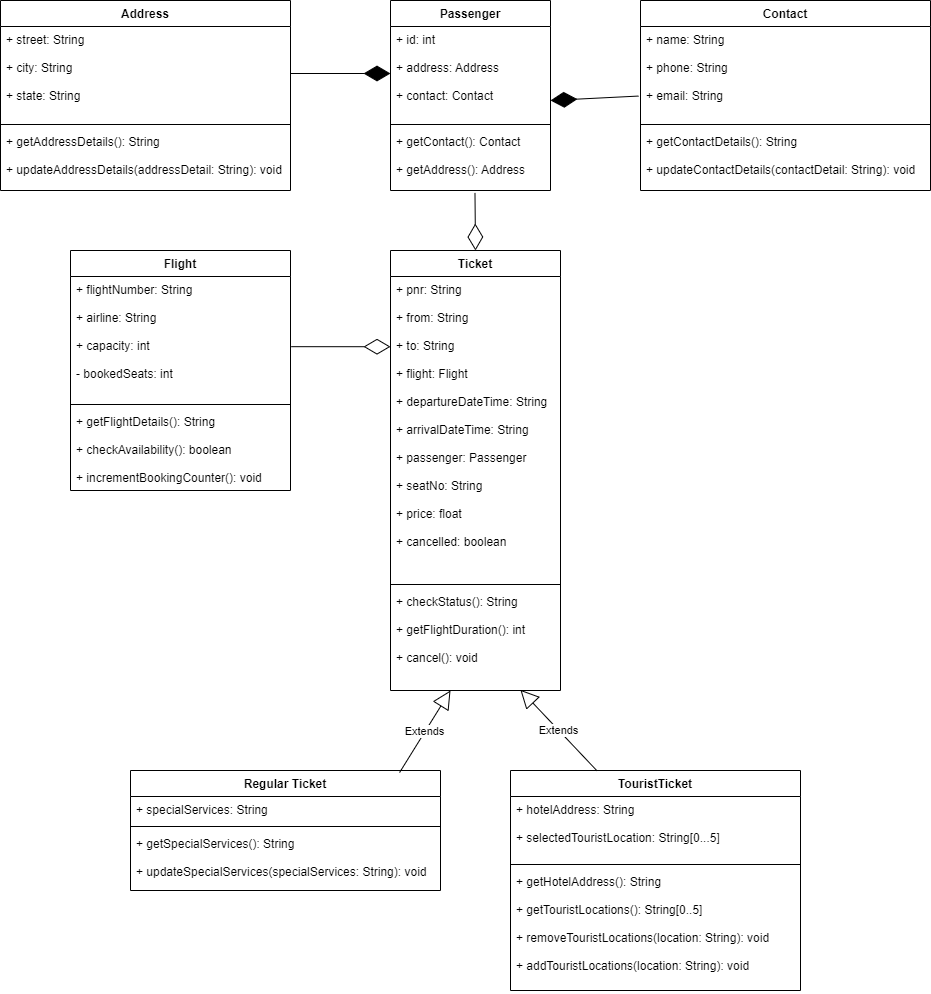
ShubhangiBane/Flight-Reservation-System keeps this draw.io diagram as UML/Flight_Reservation_System.drawio.png. Above is the earlier version. Source tidied: cells renumbered, new cells last; positions are measured from the earlier drawing's top-left corner, leaving out a move shared by most shapes. Its diagram source:
```xml
<mxGraphModel>
  <root>
    <mxCell id="0" />
    <mxCell id="1" parent="0" />
    <mxCell id="2" value="Address" style="swimlane;fontStyle=1;align=center;verticalAlign=top;horizontal=1;startSize=26;" parent="1" vertex="1">
      <mxGeometry width="290" height="190" as="geometry" />
    </mxCell>
    <mxCell id="3" value="+ street: String&#10;&#10;+ city: String&#10;&#10;+ state: String&#10;" style="text;strokeColor=none;fillColor=none;align=left;verticalAlign=top;spacingLeft=4;spacingRight=4;overflow=hidden;points=[[0,0.5],[1,0.5]];portConstraint=eastwest;" parent="2" vertex="1">
      <mxGeometry y="26" width="290" height="94" as="geometry" />
    </mxCell>
    <mxCell id="4" style="line;strokeWidth=1;fillColor=none;align=left;verticalAlign=middle;spacingTop=-1;spacingLeft=3;spacingRight=3;labelPosition=right;" parent="2" vertex="1">
      <mxGeometry y="120" width="290" height="8" as="geometry" />
    </mxCell>
    <mxCell id="5" value="+ getAddressDetails(): String&#10;&#10;+ updateAddressDetails(addressDetail: String): void" style="text;strokeColor=none;fillColor=none;align=left;verticalAlign=top;spacingLeft=4;spacingRight=4;overflow=hidden;" parent="2" vertex="1">
      <mxGeometry y="128" width="290" height="62" as="geometry" />
    </mxCell>
    <mxCell id="6" value="Passenger" style="swimlane;fontStyle=1;align=center;verticalAlign=top;horizontal=1;startSize=26;" parent="1" vertex="1">
      <mxGeometry x="390" width="160" height="190" as="geometry" />
    </mxCell>
    <mxCell id="7" value="+ id: int&#10;&#10;+ address: Address&#10;&#10;+ contact: Contact&#10;" style="text;strokeColor=none;fillColor=none;align=left;verticalAlign=top;spacingLeft=4;spacingRight=4;overflow=hidden;points=[[0,0.5],[1,0.5]];portConstraint=eastwest;" parent="6" vertex="1">
      <mxGeometry y="26" width="160" height="94" as="geometry" />
    </mxCell>
    <mxCell id="8" style="line;strokeWidth=1;fillColor=none;align=left;verticalAlign=middle;spacingTop=-1;spacingLeft=3;spacingRight=3;labelPosition=right;" parent="6" vertex="1">
      <mxGeometry y="120" width="160" height="8" as="geometry" />
    </mxCell>
    <mxCell id="9" value="+ getContact(): Contact&#10;&#10;+ getAddress(): Address" style="text;strokeColor=none;fillColor=none;align=left;verticalAlign=top;spacingLeft=4;spacingRight=4;overflow=hidden;points=[[0,0.5],[1,0.5]];portConstraint=eastwest;" parent="6" vertex="1">
      <mxGeometry y="128" width="160" height="62" as="geometry" />
    </mxCell>
    <mxCell id="10" value="Contact" style="swimlane;fontStyle=1;align=center;verticalAlign=top;horizontal=1;startSize=26;" parent="1" vertex="1">
      <mxGeometry x="640" width="290" height="190" as="geometry" />
    </mxCell>
    <mxCell id="11" value="+ name: String&#10;&#10;+ phone: String&#10;&#10;+ email: String&#10;" style="text;strokeColor=none;fillColor=none;align=left;verticalAlign=top;spacingLeft=4;spacingRight=4;overflow=hidden;points=[[0,0.5],[1,0.5]];portConstraint=eastwest;" parent="10" vertex="1">
      <mxGeometry y="26" width="290" height="94" as="geometry" />
    </mxCell>
    <mxCell id="12" style="line;strokeWidth=1;fillColor=none;align=left;verticalAlign=middle;spacingTop=-1;spacingLeft=3;spacingRight=3;labelPosition=right;" parent="10" vertex="1">
      <mxGeometry y="120" width="290" height="8" as="geometry" />
    </mxCell>
    <mxCell id="13" value="+ getContactDetails(): String&#10;&#10;+ updateContactDetails(contactDetail: String): void" style="text;strokeColor=none;fillColor=none;align=left;verticalAlign=top;spacingLeft=4;spacingRight=4;overflow=hidden;" parent="10" vertex="1">
      <mxGeometry y="128" width="290" height="62" as="geometry" />
    </mxCell>
    <mxCell id="14" value="Ticket" style="swimlane;fontStyle=1;align=center;verticalAlign=top;horizontal=1;startSize=26;" parent="1" vertex="1">
      <mxGeometry x="390" y="250" width="170" height="440" as="geometry" />
    </mxCell>
    <mxCell id="15" value="+ pnr: String&#10;&#10;+ from: String&#10;&#10;+ to: String&#10;&#10;+ flight: Flight&#10;&#10;+ departureDateTime: String&#10;&#10;+ arrivalDateTime: String&#10;&#10;+ passenger: Passenger&#10;&#10;+ seatNo: String&#10;&#10;+ price: float&#10;&#10;+ cancelled: boolean&#10;" style="text;strokeColor=none;fillColor=none;align=left;verticalAlign=top;spacingLeft=4;spacingRight=4;overflow=hidden;points=[[0,0.5],[1,0.5]];portConstraint=eastwest;" parent="14" vertex="1">
      <mxGeometry y="26" width="170" height="304" as="geometry" />
    </mxCell>
    <mxCell id="16" style="line;strokeWidth=1;fillColor=none;align=left;verticalAlign=middle;spacingTop=-1;spacingLeft=3;spacingRight=3;labelPosition=right;" parent="14" vertex="1">
      <mxGeometry y="330" width="170" height="8" as="geometry" />
    </mxCell>
    <mxCell id="17" value="+ checkStatus(): String&#10;&#10;+ getFlightDuration(): int&#10;&#10;+ cancel(): void&#10;" style="text;strokeColor=none;fillColor=none;align=left;verticalAlign=top;spacingLeft=4;spacingRight=4;overflow=hidden;points=[[0,0.5],[1,0.5]];portConstraint=eastwest;" parent="14" vertex="1">
      <mxGeometry y="338" width="170" height="102" as="geometry" />
    </mxCell>
    <mxCell id="18" value="Flight" style="swimlane;fontStyle=1;align=center;verticalAlign=top;horizontal=1;startSize=26;" parent="1" vertex="1">
      <mxGeometry x="70" y="250" width="220" height="240" as="geometry" />
    </mxCell>
    <mxCell id="19" value="+ flightNumber: String&#10;&#10;+ airline: String&#10;&#10;+ capacity: int&#10;&#10;- bookedSeats: int" style="text;strokeColor=none;fillColor=none;align=left;verticalAlign=top;spacingLeft=4;spacingRight=4;overflow=hidden;points=[[0,0.5],[1,0.5]];portConstraint=eastwest;" parent="18" vertex="1">
      <mxGeometry y="26" width="220" height="124" as="geometry" />
    </mxCell>
    <mxCell id="20" style="line;strokeWidth=1;fillColor=none;align=left;verticalAlign=middle;spacingTop=-1;spacingLeft=3;spacingRight=3;labelPosition=right;" parent="18" vertex="1">
      <mxGeometry y="150" width="220" height="8" as="geometry" />
    </mxCell>
    <mxCell id="21" value="+ getFlightDetails(): String&#10;&#10;+ checkAvailability(): boolean&#10;&#10;+ incrementBookingCounter(): void" style="text;strokeColor=none;fillColor=none;align=left;verticalAlign=top;spacingLeft=4;spacingRight=4;overflow=hidden;" parent="18" vertex="1">
      <mxGeometry y="158" width="220" height="82" as="geometry" />
    </mxCell>
    <mxCell id="22" value="Regular Ticket" style="swimlane;fontStyle=1;align=center;verticalAlign=top;horizontal=1;startSize=26;" parent="1" vertex="1">
      <mxGeometry x="130" y="770" width="310" height="120" as="geometry" />
    </mxCell>
    <mxCell id="23" value="+ specialServices: String" style="text;strokeColor=none;fillColor=none;align=left;verticalAlign=top;spacingLeft=4;spacingRight=4;overflow=hidden;" parent="22" vertex="1">
      <mxGeometry y="26" width="310" height="26" as="geometry" />
    </mxCell>
    <mxCell id="24" style="line;strokeWidth=1;fillColor=none;align=left;verticalAlign=middle;spacingTop=-1;spacingLeft=3;spacingRight=3;labelPosition=right;" parent="22" vertex="1">
      <mxGeometry y="52" width="310" height="8" as="geometry" />
    </mxCell>
    <mxCell id="25" value="+ getSpecialServices(): String&#10;&#10;+ updateSpecialServices(specialServices: String): void" style="text;strokeColor=none;fillColor=none;align=left;verticalAlign=top;spacingLeft=4;spacingRight=4;overflow=hidden;" parent="22" vertex="1">
      <mxGeometry y="60" width="310" height="60" as="geometry" />
    </mxCell>
    <mxCell id="26" value="TouristTicket" style="swimlane;fontStyle=1;align=center;verticalAlign=top;horizontal=1;startSize=26;" parent="1" vertex="1">
      <mxGeometry x="510" y="770" width="290" height="220" as="geometry" />
    </mxCell>
    <mxCell id="27" value="+ hotelAddress: String&#10;&#10;+ selectedTouristLocation: String[0...5]&#10;&#10;&#10;" style="text;strokeColor=none;fillColor=none;align=left;verticalAlign=top;spacingLeft=4;spacingRight=4;overflow=hidden;" parent="26" vertex="1">
      <mxGeometry y="26" width="290" height="64" as="geometry" />
    </mxCell>
    <mxCell id="28" style="line;strokeWidth=1;fillColor=none;align=left;verticalAlign=middle;spacingTop=-1;spacingLeft=3;spacingRight=3;labelPosition=right;" parent="26" vertex="1">
      <mxGeometry y="90" width="290" height="8" as="geometry" />
    </mxCell>
    <mxCell id="29" value="+ getHotelAddress(): String&#10;&#10;+ getTouristLocations(): String[0..5]&#10;&#10;+ removeTouristLocations(location: String): void&#10;&#10;+ addTouristLocations(location: String): void" style="text;strokeColor=none;fillColor=none;align=left;verticalAlign=top;spacingLeft=4;spacingRight=4;overflow=hidden;" parent="26" vertex="1">
      <mxGeometry y="98" width="290" height="122" as="geometry" />
    </mxCell>
    <mxCell id="30" value="Extends" style="endArrow=block;endSize=16;endFill=0;html=1;rounded=0;exitX=0.868;exitY=0.017;exitDx=0;exitDy=0;exitPerimeter=0;" parent="1" edge="1" source="22">
      <mxGeometry relative="1" as="geometry">
        <mxPoint x="450" y="690" as="targetPoint" />
      </mxGeometry>
    </mxCell>
    <mxCell id="31" value="Extends" style="endArrow=block;endSize=16;endFill=0;html=1;rounded=0;entryX=0.764;entryY=0.993;entryDx=0;entryDy=0;entryPerimeter=0;exitX=0.298;exitY=0.001;exitDx=0;exitDy=0;exitPerimeter=0;" parent="1" edge="1" source="26" target="17">
      <mxGeometry relative="1" as="geometry" />
    </mxCell>
    <mxCell id="32" style="endArrow=diamondThin;endFill=0;endSize=24;html=1;rounded=0;exitX=1.003;exitY=0.566;exitDx=0;exitDy=0;exitPerimeter=0;entryX=0;entryY=0.231;entryDx=0;entryDy=0;entryPerimeter=0;" parent="1" edge="1" source="19" target="15">
      <mxGeometry relative="1" as="geometry" />
    </mxCell>
    <mxCell id="33" style="endArrow=diamondThin;endFill=0;endSize=24;html=1;rounded=0;entryX=0.5;entryY=0;entryDx=0;entryDy=0;exitX=0.528;exitY=1.039;exitDx=0;exitDy=0;exitPerimeter=0;" parent="1" edge="1" source="9" target="14">
      <mxGeometry relative="1" as="geometry" />
    </mxCell>
    <mxCell id="34" style="endArrow=diamondThin;endFill=1;endSize=24;html=1;rounded=0;exitX=1;exitY=0.5;exitDx=0;exitDy=0;" parent="1" edge="1" source="3" target="7">
      <mxGeometry relative="1" as="geometry" />
    </mxCell>
    <mxCell id="35" style="endArrow=diamondThin;endFill=1;endSize=24;html=1;rounded=0;exitX=-0.007;exitY=0.74;exitDx=0;exitDy=0;exitPerimeter=0;entryX=1;entryY=0.787;entryDx=0;entryDy=0;entryPerimeter=0;" parent="1" edge="1" source="11" target="7">
      <mxGeometry relative="1" as="geometry" />
    </mxCell>
  </root>
</mxGraphModel>
```
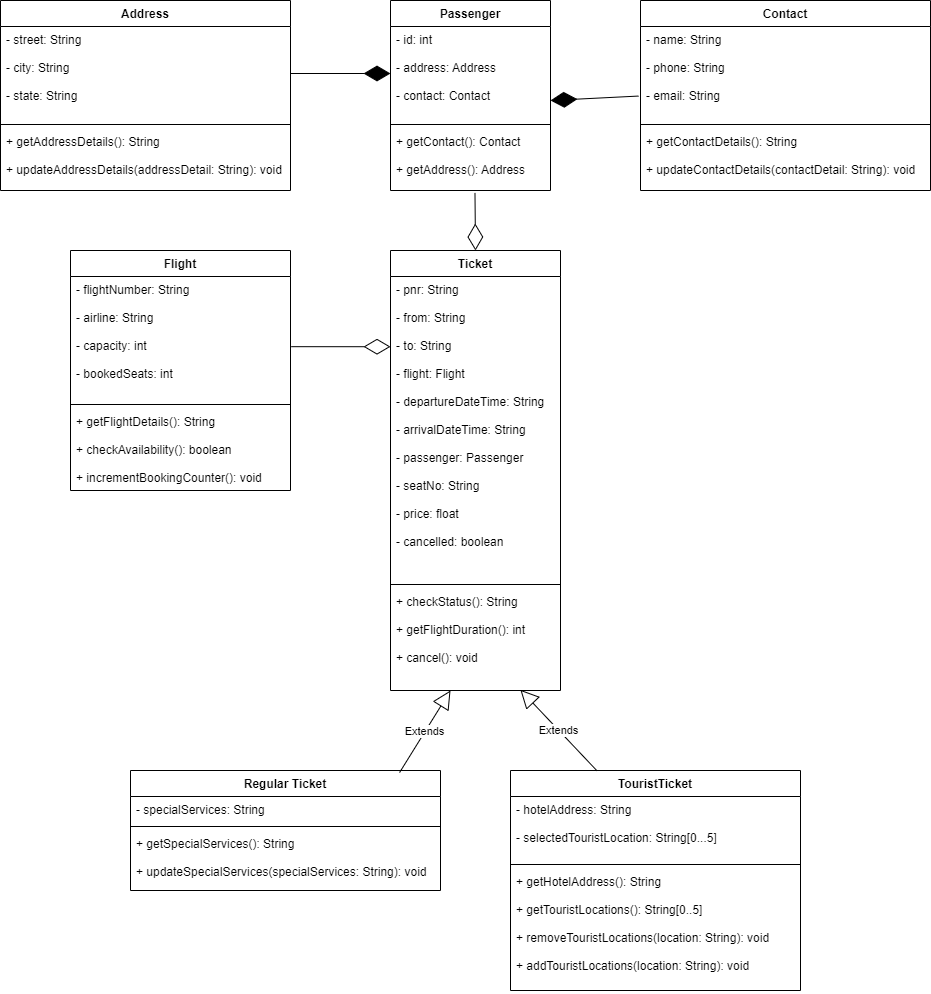
After the change.

Diff of the diagram source:
```diff
@@ -5,7 +5,7 @@
     <mxCell id="2" value="Address" style="swimlane;fontStyle=1;align=center;verticalAlign=top;horizontal=1;startSize=26;" parent="1" vertex="1">
       <mxGeometry width="290" height="190" as="geometry" />
     </mxCell>
-    <mxCell id="3" value="+ street: String&#10;&#10;+ city: String&#10;&#10;+ state: String&#10;" style="text;strokeColor=none;fillColor=none;align=left;verticalAlign=top;spacingLeft=4;spacingRight=4;overflow=hidden;points=[[0,0.5],[1,0.5]];portConstraint=eastwest;" parent="2" vertex="1">
+    <mxCell id="3" value="- street: String&#10;&#10;- city: String&#10;&#10;- state: String&#10;" style="text;strokeColor=none;fillColor=none;align=left;verticalAlign=top;spacingLeft=4;spacingRight=4;overflow=hidden;points=[[0,0.5],[1,0.5]];portConstraint=eastwest;" parent="2" vertex="1">
       <mxGeometry y="26" width="290" height="94" as="geometry" />
     </mxCell>
     <mxCell id="4" style="line;strokeWidth=1;fillColor=none;align=left;verticalAlign=middle;spacingTop=-1;spacingLeft=3;spacingRight=3;labelPosition=right;" parent="2" vertex="1">
@@ -17,7 +17,7 @@
     <mxCell id="6" value="Passenger" style="swimlane;fontStyle=1;align=center;verticalAlign=top;horizontal=1;startSize=26;" parent="1" vertex="1">
       <mxGeometry x="390" width="160" height="190" as="geometry" />
     </mxCell>
-    <mxCell id="7" value="+ id: int&#10;&#10;+ address: Address&#10;&#10;+ contact: Contact&#10;" style="text;strokeColor=none;fillColor=none;align=left;verticalAlign=top;spacingLeft=4;spacingRight=4;overflow=hidden;points=[[0,0.5],[1,0.5]];portConstraint=eastwest;" parent="6" vertex="1">
+    <mxCell id="7" value="- id: int&#10;&#10;- address: Address&#10;&#10;- contact: Contact&#10;" style="text;strokeColor=none;fillColor=none;align=left;verticalAlign=top;spacingLeft=4;spacingRight=4;overflow=hidden;points=[[0,0.5],[1,0.5]];portConstraint=eastwest;" parent="6" vertex="1">
       <mxGeometry y="26" width="160" height="94" as="geometry" />
     </mxCell>
     <mxCell id="8" style="line;strokeWidth=1;fillColor=none;align=left;verticalAlign=middle;spacingTop=-1;spacingLeft=3;spacingRight=3;labelPosition=right;" parent="6" vertex="1">
@@ -29,7 +29,7 @@
     <mxCell id="10" value="Contact" style="swimlane;fontStyle=1;align=center;verticalAlign=top;horizontal=1;startSize=26;" parent="1" vertex="1">
       <mxGeometry x="640" width="290" height="190" as="geometry" />
     </mxCell>
-    <mxCell id="11" value="+ name: String&#10;&#10;+ phone: String&#10;&#10;+ email: String&#10;" style="text;strokeColor=none;fillColor=none;align=left;verticalAlign=top;spacingLeft=4;spacingRight=4;overflow=hidden;points=[[0,0.5],[1,0.5]];portConstraint=eastwest;" parent="10" vertex="1">
+    <mxCell id="11" value="- name: String&#10;&#10;- phone: String&#10;&#10;- email: String&#10;" style="text;strokeColor=none;fillColor=none;align=left;verticalAlign=top;spacingLeft=4;spacingRight=4;overflow=hidden;points=[[0,0.5],[1,0.5]];portConstraint=eastwest;" parent="10" vertex="1">
       <mxGeometry y="26" width="290" height="94" as="geometry" />
     </mxCell>
     <mxCell id="12" style="line;strokeWidth=1;fillColor=none;align=left;verticalAlign=middle;spacingTop=-1;spacingLeft=3;spacingRight=3;labelPosition=right;" parent="10" vertex="1">
@@ -41,7 +41,7 @@
     <mxCell id="14" value="Ticket" style="swimlane;fontStyle=1;align=center;verticalAlign=top;horizontal=1;startSize=26;" parent="1" vertex="1">
       <mxGeometry x="390" y="250" width="170" height="440" as="geometry" />
     </mxCell>
-    <mxCell id="15" value="+ pnr: String&#10;&#10;+ from: String&#10;&#10;+ to: String&#10;&#10;+ flight: Flight&#10;&#10;+ departureDateTime: String&#10;&#10;+ arrivalDateTime: String&#10;&#10;+ passenger: Passenger&#10;&#10;+ seatNo: String&#10;&#10;+ price: float&#10;&#10;+ cancelled: boolean&#10;" style="text;strokeColor=none;fillColor=none;align=left;verticalAlign=top;spacingLeft=4;spacingRight=4;overflow=hidden;points=[[0,0.5],[1,0.5]];portConstraint=eastwest;" parent="14" vertex="1">
+    <mxCell id="15" value="- pnr: String&#10;&#10;- from: String&#10;&#10;- to: String&#10;&#10;- flight: Flight&#10;&#10;- departureDateTime: String&#10;&#10;- arrivalDateTime: String&#10;&#10;- passenger: Passenger&#10;&#10;- seatNo: String&#10;&#10;- price: float&#10;&#10;- cancelled: boolean&#10;" style="text;strokeColor=none;fillColor=none;align=left;verticalAlign=top;spacingLeft=4;spacingRight=4;overflow=hidden;points=[[0,0.5],[1,0.5]];portConstraint=eastwest;" parent="14" vertex="1">
       <mxGeometry y="26" width="170" height="304" as="geometry" />
     </mxCell>
     <mxCell id="16" style="line;strokeWidth=1;fillColor=none;align=left;verticalAlign=middle;spacingTop=-1;spacingLeft=3;spacingRight=3;labelPosition=right;" parent="14" vertex="1">
@@ -53,7 +53,7 @@
     <mxCell id="18" value="Flight" style="swimlane;fontStyle=1;align=center;verticalAlign=top;horizontal=1;startSize=26;" parent="1" vertex="1">
       <mxGeometry x="70" y="250" width="220" height="240" as="geometry" />
     </mxCell>
-    <mxCell id="19" value="+ flightNumber: String&#10;&#10;+ airline: String&#10;&#10;+ capacity: int&#10;&#10;- bookedSeats: int" style="text;strokeColor=none;fillColor=none;align=left;verticalAlign=top;spacingLeft=4;spacingRight=4;overflow=hidden;points=[[0,0.5],[1,0.5]];portConstraint=eastwest;" parent="18" vertex="1">
+    <mxCell id="19" value="- flightNumber: String&#10;&#10;- airline: String&#10;&#10;- capacity: int&#10;&#10;- bookedSeats: int" style="text;strokeColor=none;fillColor=none;align=left;verticalAlign=top;spacingLeft=4;spacingRight=4;overflow=hidden;points=[[0,0.5],[1,0.5]];portConstraint=eastwest;" parent="18" vertex="1">
       <mxGeometry y="26" width="220" height="124" as="geometry" />
     </mxCell>
     <mxCell id="20" style="line;strokeWidth=1;fillColor=none;align=left;verticalAlign=middle;spacingTop=-1;spacingLeft=3;spacingRight=3;labelPosition=right;" parent="18" vertex="1">
@@ -65,7 +65,7 @@
     <mxCell id="22" value="Regular Ticket" style="swimlane;fontStyle=1;align=center;verticalAlign=top;horizontal=1;startSize=26;" parent="1" vertex="1">
       <mxGeometry x="130" y="770" width="310" height="120" as="geometry" />
     </mxCell>
-    <mxCell id="23" value="+ specialServices: String" style="text;strokeColor=none;fillColor=none;align=left;verticalAlign=top;spacingLeft=4;spacingRight=4;overflow=hidden;" parent="22" vertex="1">
+    <mxCell id="23" value="- specialServices: String" style="text;strokeColor=none;fillColor=none;align=left;verticalAlign=top;spacingLeft=4;spacingRight=4;overflow=hidden;" parent="22" vertex="1">
       <mxGeometry y="26" width="310" height="26" as="geometry" />
     </mxCell>
     <mxCell id="24" style="line;strokeWidth=1;fillColor=none;align=left;verticalAlign=middle;spacingTop=-1;spacingLeft=3;spacingRight=3;labelPosition=right;" parent="22" vertex="1">
@@ -77,7 +77,7 @@
     <mxCell id="26" value="TouristTicket" style="swimlane;fontStyle=1;align=center;verticalAlign=top;horizontal=1;startSize=26;" parent="1" vertex="1">
       <mxGeometry x="510" y="770" width="290" height="220" as="geometry" />
     </mxCell>
-    <mxCell id="27" value="+ hotelAddress: String&#10;&#10;+ selectedTouristLocation: String[0...5]&#10;&#10;&#10;" style="text;strokeColor=none;fillColor=none;align=left;verticalAlign=top;spacingLeft=4;spacingRight=4;overflow=hidden;" parent="26" vertex="1">
+    <mxCell id="27" value="- hotelAddress: String&#10;&#10;- selectedTouristLocation: String[0...5]&#10;&#10;&#10;" style="text;strokeColor=none;fillColor=none;align=left;verticalAlign=top;spacingLeft=4;spacingRight=4;overflow=hidden;" parent="26" vertex="1">
       <mxGeometry y="26" width="290" height="64" as="geometry" />
     </mxCell>
     <mxCell id="28" style="line;strokeWidth=1;fillColor=none;align=left;verticalAlign=middle;spacingTop=-1;spacingLeft=3;spacingRight=3;labelPosition=right;" parent="26" vertex="1">
```
